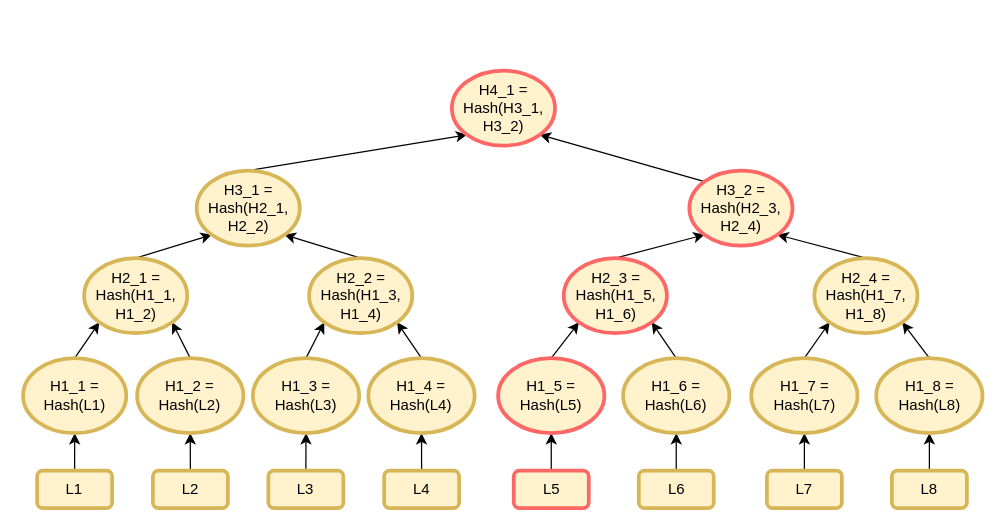
Above: page "Update" (2 of 3) of pictures/diagrams/MerkleTree_Incremental.drawio in Badcat330/HashBaseStructs (draw.io), before the change. Source tidied: cells renumbered, new cells numbered last; positions are measured from the earlier drawing's top-left corner, leaving out a move shared by most shapes. Both pictures are drawn from the tidied source at 125%, with x=0, y=0 at pixel (22, 70).
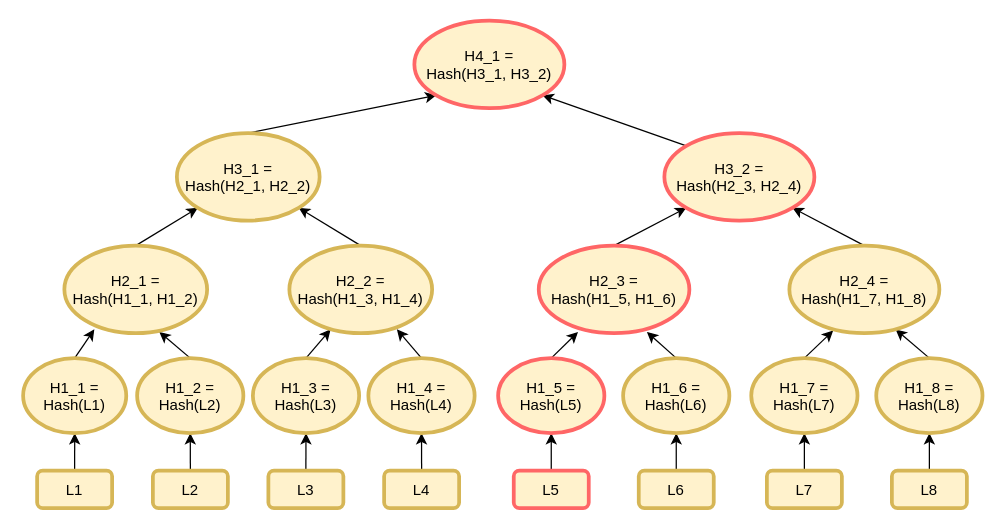
The same page after the edit.

Diff of the diagram source:
```diff
@@
-    <mxCell id="2" style="edgeStyle=orthogonalEdgeStyle;rounded=0;jettySize=auto;html=1;exitX=0.5;exitY=0;exitDx=0;exitDy=0;entryX=0.5;entryY=1;entryDx=0;entryDy=0;" parent="1" edge="1" source="3" target="19">
+    <mxCell id="2" style="edgeStyle=orthogonalEdgeStyle;rounded=0;jettySize=auto;exitX=0.5;exitY=0;exitDx=0;exitDy=0;entryX=0.5;entryY=1;entryDx=0;entryDy=0;" parent="1" edge="1" source="3" target="19">
       <mxGeometry relative="1" as="geometry" />
     </mxCell>
-    <mxCell id="3" value="L1" style="rounded=1;whiteSpace=wrap;html=1;fillColor=#fff2cc;strokeColor=#d6b656;strokeWidth=3;" parent="1" vertex="1">
+    <mxCell id="3" value="L1" style="rounded=1;fillColor=#fff2cc;strokeColor=#d6b656;strokeWidth=3;" parent="1" vertex="1">
       <mxGeometry x="11.2" y="320" width="60" height="30" as="geometry" />
     </mxCell>
-    <mxCell id="4" style="edgeStyle=orthogonalEdgeStyle;rounded=0;jettySize=auto;html=1;exitX=0.5;exitY=0;exitDx=0;exitDy=0;entryX=0.5;entryY=1;entryDx=0;entryDy=0;" parent="1" edge="1" source="5" target="21">
+    <mxCell id="4" style="edgeStyle=orthogonalEdgeStyle;rounded=0;jettySize=auto;exitX=0.5;exitY=0;exitDx=0;exitDy=0;entryX=0.5;entryY=1;entryDx=0;entryDy=0;" parent="1" edge="1" source="5" target="21">
       <mxGeometry relative="1" as="geometry" />
     </mxCell>
-    <mxCell id="5" value="L2" style="rounded=1;whiteSpace=wrap;html=1;fillColor=#fff2cc;strokeColor=#d6b656;strokeWidth=3;" parent="1" vertex="1">
+    <mxCell id="5" value="L2" style="rounded=1;fillColor=#fff2cc;strokeColor=#d6b656;strokeWidth=3;" parent="1" vertex="1">
       <mxGeometry x="103.8" y="320" width="60" height="30" as="geometry" />
     </mxCell>
-    <mxCell id="6" style="edgeStyle=orthogonalEdgeStyle;rounded=0;jettySize=auto;html=1;exitX=0.5;exitY=0;exitDx=0;exitDy=0;entryX=0.5;entryY=1;entryDx=0;entryDy=0;" parent="1" edge="1" source="7" target="23">
+    <mxCell id="6" style="edgeStyle=orthogonalEdgeStyle;rounded=0;jettySize=auto;exitX=0.5;exitY=0;exitDx=0;exitDy=0;entryX=0.5;entryY=1;entryDx=0;entryDy=0;" parent="1" edge="1" source="7" target="23">
       <mxGeometry relative="1" as="geometry" />
     </mxCell>
-    <mxCell id="7" value="L3" style="rounded=1;whiteSpace=wrap;html=1;fillColor=#fff2cc;strokeColor=#d6b656;strokeWidth=3;" parent="1" vertex="1">
+    <mxCell id="7" value="L3" style="rounded=1;fillColor=#fff2cc;strokeColor=#d6b656;strokeWidth=3;" parent="1" vertex="1">
       <mxGeometry x="196.2" y="320" width="60" height="30" as="geometry" />
     </mxCell>
-    <mxCell id="8" style="edgeStyle=orthogonalEdgeStyle;rounded=0;jettySize=auto;html=1;exitX=0.5;exitY=0;exitDx=0;exitDy=0;entryX=0.5;entryY=1;entryDx=0;entryDy=0;" parent="1" edge="1" source="9" target="25">
+    <mxCell id="8" style="edgeStyle=orthogonalEdgeStyle;rounded=0;jettySize=auto;exitX=0.5;exitY=0;exitDx=0;exitDy=0;entryX=0.5;entryY=1;entryDx=0;entryDy=0;" parent="1" edge="1" source="9" target="25">
       <mxGeometry relative="1" as="geometry" />
     </mxCell>
-    <mxCell id="9" value="L4" style="rounded=1;whiteSpace=wrap;html=1;fillColor=#fff2cc;strokeColor=#d6b656;strokeWidth=3;" parent="1" vertex="1">
+    <mxCell id="9" value="L4" style="rounded=1;fillColor=#fff2cc;strokeColor=#d6b656;strokeWidth=3;" parent="1" vertex="1">
       <mxGeometry x="288.8" y="320" width="60" height="30" as="geometry" />
     </mxCell>
-    <mxCell id="10" style="edgeStyle=orthogonalEdgeStyle;rounded=0;jettySize=auto;html=1;exitX=0.5;exitY=0;exitDx=0;exitDy=0;entryX=0.5;entryY=1;entryDx=0;entryDy=0;" parent="1" edge="1" source="11" target="27">
+    <mxCell id="10" style="edgeStyle=orthogonalEdgeStyle;rounded=0;jettySize=auto;exitX=0.5;exitY=0;exitDx=0;exitDy=0;entryX=0.5;entryY=1;entryDx=0;entryDy=0;" parent="1" edge="1" source="11" target="27">
       <mxGeometry relative="1" as="geometry" />
     </mxCell>
-    <mxCell id="11" value="L5" style="rounded=1;whiteSpace=wrap;html=1;fillColor=#fff2cc;strokeWidth=3;strokeColor=#FF6666;" parent="1" vertex="1">
+    <mxCell id="11" value="L5" style="rounded=1;fillColor=#fff2cc;strokeWidth=3;strokeColor=#FF6666;" parent="1" vertex="1">
       <mxGeometry x="392.5" y="320" width="60" height="30" as="geometry" />
     </mxCell>
-    <mxCell id="12" style="edgeStyle=orthogonalEdgeStyle;rounded=0;jettySize=auto;html=1;exitX=0.5;exitY=0;exitDx=0;exitDy=0;entryX=0.5;entryY=1;entryDx=0;entryDy=0;" parent="1" edge="1" source="13" target="29">
+    <mxCell id="12" style="edgeStyle=orthogonalEdgeStyle;rounded=0;jettySize=auto;exitX=0.5;exitY=0;exitDx=0;exitDy=0;entryX=0.5;entryY=1;entryDx=0;entryDy=0;" parent="1" edge="1" source="13" target="29">
       <mxGeometry relative="1" as="geometry" />
     </mxCell>
-    <mxCell id="13" value="L6" style="rounded=1;whiteSpace=wrap;html=1;fillColor=#fff2cc;strokeColor=#d6b656;strokeWidth=3;" parent="1" vertex="1">
+    <mxCell id="13" value="L6" style="rounded=1;fillColor=#fff2cc;strokeColor=#d6b656;strokeWidth=3;" parent="1" vertex="1">
       <mxGeometry x="492.5" y="320" width="60" height="30" as="geometry" />
     </mxCell>
-    <mxCell id="14" style="edgeStyle=orthogonalEdgeStyle;rounded=0;jettySize=auto;html=1;exitX=0.5;exitY=0;exitDx=0;exitDy=0;entryX=0.5;entryY=1;entryDx=0;entryDy=0;" parent="1" edge="1" source="15" target="31">
+    <mxCell id="14" style="edgeStyle=orthogonalEdgeStyle;rounded=0;jettySize=auto;exitX=0.5;exitY=0;exitDx=0;exitDy=0;entryX=0.5;entryY=1;entryDx=0;entryDy=0;" parent="1" edge="1" source="15" target="31">
       <mxGeometry relative="1" as="geometry" />
     </mxCell>
-    <mxCell id="15" value="L7" style="rounded=1;whiteSpace=wrap;html=1;fillColor=#fff2cc;strokeColor=#d6b656;strokeWidth=3;" parent="1" vertex="1">
+    <mxCell id="15" value="L7" style="rounded=1;fillColor=#fff2cc;strokeColor=#d6b656;strokeWidth=3;" parent="1" vertex="1">
       <mxGeometry x="595" y="320" width="60" height="30" as="geometry" />
     </mxCell>
-    <mxCell id="16" style="edgeStyle=orthogonalEdgeStyle;rounded=0;jettySize=auto;html=1;exitX=0.5;exitY=0;exitDx=0;exitDy=0;entryX=0.5;entryY=1;entryDx=0;entryDy=0;" parent="1" edge="1" source="17" target="33">
+    <mxCell id="16" style="edgeStyle=orthogonalEdgeStyle;rounded=0;jettySize=auto;exitX=0.5;exitY=0;exitDx=0;exitDy=0;entryX=0.5;entryY=1;entryDx=0;entryDy=0;" parent="1" edge="1" source="17" target="33">
       <mxGeometry relative="1" as="geometry" />
     </mxCell>
-    <mxCell id="17" value="L8" style="rounded=1;whiteSpace=wrap;html=1;fillColor=#fff2cc;strokeColor=#d6b656;strokeWidth=3;" parent="1" vertex="1">
+    <mxCell id="17" value="L8" style="rounded=1;fillColor=#fff2cc;strokeColor=#d6b656;strokeWidth=3;" parent="1" vertex="1">
       <mxGeometry x="695" y="320" width="60" height="30" as="geometry" />
     </mxCell>
-    <mxCell id="18" style="rounded=0;jettySize=auto;html=1;exitX=0.5;exitY=0;exitDx=0;exitDy=0;entryX=0;entryY=1;entryDx=0;entryDy=0;" parent="1" edge="1" source="19" target="35">
+    <mxCell id="18" style="rounded=0;jettySize=auto;exitX=0.5;exitY=0;exitDx=0;exitDy=0;entryX=0.21;entryY=0.957;entryDx=0;entryDy=0;entryPerimeter=0;" parent="1" edge="1" source="19" target="35">
       <mxGeometry relative="1" as="geometry" />
     </mxCell>
-    <mxCell id="19" value="&lt;font style=&quot;font-size: 12px&quot;&gt;H1_1 =&lt;br&gt;Hash(L1)&lt;/font&gt;" style="ellipse;whiteSpace=wrap;html=1;strokeColor=#d6b656;strokeWidth=3;fillColor=#fff2cc;" parent="1" vertex="1">
+    <mxCell id="19" value="H1_1 =&#10;Hash(L1)" style="ellipse;strokeColor=#d6b656;strokeWidth=3;fillColor=#fff2cc;" parent="1" vertex="1">
       <mxGeometry y="230" width="82.5" height="60" as="geometry" />
     </mxCell>
-    <mxCell id="20" style="edgeStyle=none;rounded=0;jettySize=auto;html=1;exitX=0.5;exitY=0;exitDx=0;exitDy=0;entryX=1;entryY=1;entryDx=0;entryDy=0;" parent="1" edge="1" source="21" target="35">
+    <mxCell id="20" style="edgeStyle=none;rounded=0;jettySize=auto;exitX=0.5;exitY=0;exitDx=0;exitDy=0;entryX=0.665;entryY=0.986;entryDx=0;entryDy=0;entryPerimeter=0;" parent="1" edge="1" source="21" target="35">
       <mxGeometry relative="1" as="geometry" />
     </mxCell>
-    <mxCell id="21" value="&lt;font style=&quot;font-size: 12px&quot;&gt;H1_2 =&lt;br&gt;Hash(L2)&lt;/font&gt;" style="ellipse;whiteSpace=wrap;html=1;strokeColor=#d6b656;strokeWidth=3;fillColor=#fff2cc;" parent="1" vertex="1">
+    <mxCell id="21" value="H1_2 =&#10;Hash(L2)" style="ellipse;strokeColor=#d6b656;strokeWidth=3;fillColor=#fff2cc;" parent="1" vertex="1">
       <mxGeometry x="91.2" y="230" width="85" height="60" as="geometry" />
     </mxCell>
-    <mxCell id="22" style="edgeStyle=none;rounded=0;jettySize=auto;html=1;exitX=0.5;exitY=0;exitDx=0;exitDy=0;entryX=0;entryY=1;entryDx=0;entryDy=0;" parent="1" edge="1" source="23" target="37">
+    <mxCell id="22" style="edgeStyle=none;rounded=0;jettySize=auto;exitX=0.5;exitY=0;exitDx=0;exitDy=0;entryX=0.289;entryY=0.957;entryDx=0;entryDy=0;entryPerimeter=0;" parent="1" edge="1" source="23" target="37">
       <mxGeometry relative="1" as="geometry" />
     </mxCell>
-    <mxCell id="23" value="&lt;font style=&quot;font-size: 12px&quot;&gt;H1_3 =&lt;br&gt;Hash(L3)&lt;/font&gt;" style="ellipse;whiteSpace=wrap;html=1;strokeColor=#d6b656;strokeWidth=3;fillColor=#fff2cc;" parent="1" vertex="1">
+    <mxCell id="23" value="H1_3 =&#10;Hash(L3)" style="ellipse;strokeColor=#d6b656;strokeWidth=3;fillColor=#fff2cc;" parent="1" vertex="1">
       <mxGeometry x="183.8" y="230" width="85" height="60" as="geometry" />
     </mxCell>
-    <mxCell id="24" style="edgeStyle=none;rounded=0;jettySize=auto;html=1;exitX=0.5;exitY=0;exitDx=0;exitDy=0;entryX=1;entryY=1;entryDx=0;entryDy=0;" parent="1" edge="1" source="25" target="37">
+    <mxCell id="24" style="edgeStyle=none;rounded=0;jettySize=auto;exitX=0.5;exitY=0;exitDx=0;exitDy=0;entryX=0.753;entryY=0.957;entryDx=0;entryDy=0;entryPerimeter=0;" parent="1" edge="1" source="25" target="37">
       <mxGeometry relative="1" as="geometry" />
     </mxCell>
-    <mxCell id="25" value="&lt;font style=&quot;font-size: 12px&quot;&gt;H1_4 =&lt;br&gt;Hash(L4)&lt;/font&gt;" style="ellipse;whiteSpace=wrap;html=1;strokeColor=#d6b656;strokeWidth=3;fillColor=#fff2cc;" parent="1" vertex="1">
+    <mxCell id="25" value="H1_4 =&#10;Hash(L4)" style="ellipse;strokeColor=#d6b656;strokeWidth=3;fillColor=#fff2cc;" parent="1" vertex="1">
       <mxGeometry x="276.2" y="230" width="85" height="60" as="geometry" />
     </mxCell>
-    <mxCell id="26" style="edgeStyle=none;rounded=0;jettySize=auto;html=1;exitX=0.5;exitY=0;exitDx=0;exitDy=0;entryX=0;entryY=1;entryDx=0;entryDy=0;" parent="1" edge="1" source="27" target="39">
+    <mxCell id="26" style="edgeStyle=none;rounded=0;jettySize=auto;exitX=0.5;exitY=0;exitDx=0;exitDy=0;entryX=0.261;entryY=0.986;entryDx=0;entryDy=0;entryPerimeter=0;" parent="1" edge="1" source="27" target="39">
       <mxGeometry relative="1" as="geometry" />
     </mxCell>
-    <mxCell id="27" value="&lt;font style=&quot;font-size: 12px&quot;&gt;H1_5 =&lt;br&gt;Hash(L5)&lt;/font&gt;" style="ellipse;whiteSpace=wrap;html=1;strokeWidth=3;fillColor=#fff2cc;strokeColor=#FF6666;" parent="1" vertex="1">
+    <mxCell id="27" value="H1_5 =&#10;Hash(L5)" style="ellipse;strokeWidth=3;fillColor=#fff2cc;strokeColor=#FF6666;" parent="1" vertex="1">
       <mxGeometry x="380" y="230" width="85" height="60" as="geometry" />
     </mxCell>
-    <mxCell id="28" style="edgeStyle=none;rounded=0;jettySize=auto;html=1;exitX=0.5;exitY=0;exitDx=0;exitDy=0;entryX=1;entryY=1;entryDx=0;entryDy=0;" parent="1" edge="1" source="29" target="39">
+    <mxCell id="28" style="edgeStyle=none;rounded=0;jettySize=auto;exitX=0.5;exitY=0;exitDx=0;exitDy=0;entryX=0.718;entryY=0.986;entryDx=0;entryDy=0;entryPerimeter=0;" parent="1" edge="1" source="29" target="39">
       <mxGeometry relative="1" as="geometry" />
     </mxCell>
-    <mxCell id="29" value="&lt;font style=&quot;font-size: 12px&quot;&gt;H1_6 =&lt;br&gt;Hash(L6)&lt;/font&gt;" style="ellipse;whiteSpace=wrap;html=1;strokeColor=#d6b656;strokeWidth=3;fillColor=#fff2cc;" parent="1" vertex="1">
+    <mxCell id="29" value="H1_6 =&#10;Hash(L6)" style="ellipse;strokeColor=#d6b656;strokeWidth=3;fillColor=#fff2cc;" parent="1" vertex="1">
       <mxGeometry x="480" y="230" width="85" height="60" as="geometry" />
     </mxCell>
-    <mxCell id="30" style="edgeStyle=none;rounded=0;jettySize=auto;html=1;entryX=0;entryY=1;entryDx=0;entryDy=0;" parent="1" edge="1" target="41">
+    <mxCell id="30" style="edgeStyle=none;rounded=0;jettySize=auto;entryX=0.292;entryY=0.971;entryDx=0;entryDy=0;entryPerimeter=0;" parent="1" edge="1" target="41">
       <mxGeometry relative="1" as="geometry">
         <mxPoint x="625" y="230" as="sourcePoint" />
       </mxGeometry>
     </mxCell>
-    <mxCell id="31" value="&lt;font style=&quot;font-size: 12px&quot;&gt;H1_7 =&lt;br&gt;Hash(L7)&lt;/font&gt;" style="ellipse;whiteSpace=wrap;html=1;strokeColor=#d6b656;strokeWidth=3;fillColor=#fff2cc;" parent="1" vertex="1">
+    <mxCell id="31" value="H1_7 =&#10;Hash(L7)" style="ellipse;strokeColor=#d6b656;strokeWidth=3;fillColor=#fff2cc;" parent="1" vertex="1">
       <mxGeometry x="582.5" y="230" width="85" height="60" as="geometry" />
     </mxCell>
-    <mxCell id="32" style="edgeStyle=none;rounded=0;jettySize=auto;html=1;exitX=0.5;exitY=0;exitDx=0;exitDy=0;entryX=1;entryY=1;entryDx=0;entryDy=0;" parent="1" edge="1" source="33" target="41">
+    <mxCell id="32" style="edgeStyle=none;rounded=0;jettySize=auto;exitX=0.5;exitY=0;exitDx=0;exitDy=0;entryX=0.708;entryY=0.957;entryDx=0;entryDy=0;entryPerimeter=0;" parent="1" edge="1" source="33" target="41">
       <mxGeometry relative="1" as="geometry" />
     </mxCell>
-    <mxCell id="33" value="&lt;font style=&quot;font-size: 12px&quot;&gt;H1_8 =&lt;br&gt;Hash(L8)&lt;/font&gt;" style="ellipse;whiteSpace=wrap;html=1;strokeColor=#d6b656;strokeWidth=3;fillColor=#fff2cc;" parent="1" vertex="1">
+    <mxCell id="33" value="H1_8 =&#10;Hash(L8)" style="ellipse;strokeColor=#d6b656;strokeWidth=3;fillColor=#fff2cc;" parent="1" vertex="1">
       <mxGeometry x="682.5" y="230" width="85" height="60" as="geometry" />
     </mxCell>
-    <mxCell id="34" style="edgeStyle=none;rounded=0;jettySize=auto;html=1;exitX=0.5;exitY=0;exitDx=0;exitDy=0;entryX=0;entryY=1;entryDx=0;entryDy=0;" parent="1" edge="1" source="35" target="43">
+    <mxCell id="34" style="edgeStyle=none;rounded=0;jettySize=auto;exitX=0.5;exitY=0;exitDx=0;exitDy=0;entryX=0;entryY=1;entryDx=0;entryDy=0;" parent="1" edge="1" source="35" target="43">
       <mxGeometry relative="1" as="geometry" />
     </mxCell>
-    <mxCell id="35" value="&lt;font style=&quot;font-size: 12px&quot;&gt;H2_1 =&lt;br&gt;Hash(H1_1, H1_2)&lt;/font&gt;" style="ellipse;whiteSpace=wrap;html=1;strokeColor=#d6b656;strokeWidth=3;fillColor=#fff2cc;" parent="1" vertex="1">
-      <mxGeometry x="48.8" y="150" width="82.5" height="60" as="geometry" />
+    <mxCell id="35" value="H2_1 =&#10;Hash(H1_1, H1_2)" style="ellipse;strokeColor=#d6b656;strokeWidth=3;fillColor=#fff2cc;" parent="1" vertex="1">
+      <mxGeometry x="33" y="140" width="114.2" height="70" as="geometry" />
     </mxCell>
-    <mxCell id="36" style="edgeStyle=none;rounded=0;jettySize=auto;html=1;exitX=0.5;exitY=0;exitDx=0;exitDy=0;entryX=1;entryY=1;entryDx=0;entryDy=0;" parent="1" edge="1" source="37" target="43">
+    <mxCell id="36" style="edgeStyle=none;rounded=0;jettySize=auto;exitX=0.5;exitY=0;exitDx=0;exitDy=0;entryX=1;entryY=1;entryDx=0;entryDy=0;" parent="1" edge="1" source="37" target="43">
       <mxGeometry relative="1" as="geometry" />
     </mxCell>
-    <mxCell id="37" value="&lt;font style=&quot;font-size: 12px&quot;&gt;H2_2 =&lt;br&gt;Hash(H1_3, H1_4)&lt;/font&gt;" style="ellipse;whiteSpace=wrap;html=1;strokeColor=#d6b656;strokeWidth=3;fillColor=#fff2cc;" parent="1" vertex="1">
-      <mxGeometry x="228.8" y="150" width="82.5" height="60" as="geometry" />
+    <mxCell id="37" value="H2_2 =&#10;Hash(H1_3, H1_4)" style="ellipse;strokeColor=#d6b656;strokeWidth=3;fillColor=#fff2cc;" parent="1" vertex="1">
+      <mxGeometry x="213" y="140" width="114.2" height="70" as="geometry" />
     </mxCell>
-    <mxCell id="38" style="edgeStyle=none;rounded=0;jettySize=auto;html=1;exitX=0.5;exitY=0;exitDx=0;exitDy=0;entryX=0;entryY=1;entryDx=0;entryDy=0;" parent="1" edge="1" source="39" target="45">
+    <mxCell id="38" style="edgeStyle=none;rounded=0;jettySize=auto;exitX=0.5;exitY=0;exitDx=0;exitDy=0;entryX=0;entryY=1;entryDx=0;entryDy=0;" parent="1" edge="1" source="39" target="45">
       <mxGeometry relative="1" as="geometry" />
     </mxCell>
-    <mxCell id="39" value="&lt;font style=&quot;font-size: 12px&quot;&gt;H2_3 =&lt;br&gt;Hash(H1_5, H1_6)&lt;/font&gt;" style="ellipse;whiteSpace=wrap;html=1;strokeWidth=3;fillColor=#fff2cc;strokeColor=#FF6666;" parent="1" vertex="1">
-      <mxGeometry x="432.5" y="150" width="82.5" height="60" as="geometry" />
+    <mxCell id="39" value="H2_3 =&#10;Hash(H1_5, H1_6)" style="ellipse;strokeWidth=3;fillColor=#fff2cc;strokeColor=#FF6666;" parent="1" vertex="1">
+      <mxGeometry x="412.5" y="140" width="120.5" height="70" as="geometry" />
     </mxCell>
-    <mxCell id="40" style="edgeStyle=none;rounded=0;jettySize=auto;html=1;exitX=0.5;exitY=0;exitDx=0;exitDy=0;entryX=1;entryY=1;entryDx=0;entryDy=0;" parent="1" edge="1" source="41" target="45">
+    <mxCell id="40" style="edgeStyle=none;rounded=0;jettySize=auto;exitX=0.5;exitY=0;exitDx=0;exitDy=0;entryX=1;entryY=1;entryDx=0;entryDy=0;" parent="1" edge="1" source="41" target="45">
       <mxGeometry relative="1" as="geometry" />
     </mxCell>
-    <mxCell id="41" value="&lt;font style=&quot;font-size: 12px&quot;&gt;H2_4 =&lt;br&gt;Hash(H1_7, H1_8)&lt;/font&gt;" style="ellipse;whiteSpace=wrap;html=1;strokeWidth=3;fillColor=#fff2cc;strokeColor=#d6b656;" parent="1" vertex="1">
-      <mxGeometry x="633" y="150" width="82.5" height="60" as="geometry" />
+    <mxCell id="41" value="H2_4 =&#10;Hash(H1_7, H1_8)" style="ellipse;strokeWidth=3;fillColor=#fff2cc;strokeColor=#d6b656;" parent="1" vertex="1">
+      <mxGeometry x="613" y="140" width="120" height="70" as="geometry" />
     </mxCell>
-    <mxCell id="42" style="edgeStyle=none;rounded=0;jettySize=auto;html=1;exitX=0.5;exitY=0;exitDx=0;exitDy=0;entryX=0;entryY=1;entryDx=0;entryDy=0;" parent="1" edge="1" source="43" target="46">
+    <mxCell id="42" style="edgeStyle=none;rounded=0;jettySize=auto;exitX=0.5;exitY=0;exitDx=0;exitDy=0;entryX=0;entryY=1;entryDx=0;entryDy=0;" parent="1" edge="1" source="43" target="46">
       <mxGeometry relative="1" as="geometry" />
     </mxCell>
-    <mxCell id="43" value="&lt;font style=&quot;font-size: 12px&quot;&gt;H3_1 =&lt;br&gt;Hash(H2_1, H2_2)&lt;/font&gt;" style="ellipse;whiteSpace=wrap;html=1;strokeColor=#d6b656;strokeWidth=3;fillColor=#fff2cc;" parent="1" vertex="1">
-      <mxGeometry x="138.8" y="80" width="82.5" height="60" as="geometry" />
+    <mxCell id="43" value="H3_1 =&#10;Hash(H2_1, H2_2)" style="ellipse;strokeColor=#d6b656;strokeWidth=3;fillColor=#fff2cc;" parent="1" vertex="1">
+      <mxGeometry x="123" y="50" width="114.2" height="70" as="geometry" />
     </mxCell>
-    <mxCell id="44" style="edgeStyle=none;rounded=0;jettySize=auto;html=1;exitX=0;exitY=0;exitDx=0;exitDy=0;entryX=1;entryY=1;entryDx=0;entryDy=0;" parent="1" edge="1" source="45" target="46">
+    <mxCell id="44" style="edgeStyle=none;rounded=0;jettySize=auto;exitX=0;exitY=0;exitDx=0;exitDy=0;entryX=1;entryY=1;entryDx=0;entryDy=0;" parent="1" edge="1" source="45" target="46">
       <mxGeometry relative="1" as="geometry" />
     </mxCell>
-    <mxCell id="45" value="&lt;font style=&quot;font-size: 12px&quot;&gt;H3_2 =&lt;br&gt;Hash(H2_3, H2_4)&lt;/font&gt;" style="ellipse;whiteSpace=wrap;html=1;strokeWidth=3;fillColor=#fff2cc;strokeColor=#FF6666;" parent="1" vertex="1">
-      <mxGeometry x="533" y="80" width="82.5" height="60" as="geometry" />
+    <mxCell id="45" value="H3_2 =&#10;Hash(H2_3, H2_4)" style="ellipse;strokeWidth=3;fillColor=#fff2cc;strokeColor=#FF6666;" parent="1" vertex="1">
+      <mxGeometry x="513" y="50" width="120" height="70" as="geometry" />
     </mxCell>
-    <mxCell id="46" value="&lt;font style=&quot;font-size: 12px&quot;&gt;H4_1 =&lt;br&gt;Hash(H3_1, H3_2)&lt;/font&gt;" style="ellipse;whiteSpace=wrap;html=1;strokeWidth=3;fillColor=#fff2cc;strokeColor=#FF6666;" parent="1" vertex="1">
-      <mxGeometry x="343" width="82.5" height="60" as="geometry" />
+    <mxCell id="46" value="H4_1 =&#10;Hash(H3_1, H3_2)" style="ellipse;strokeWidth=3;fillColor=#fff2cc;strokeColor=#FF6666;" parent="1" vertex="1">
+      <mxGeometry x="313" y="-40" width="120" height="70" as="geometry" />
     </mxCell>
```
